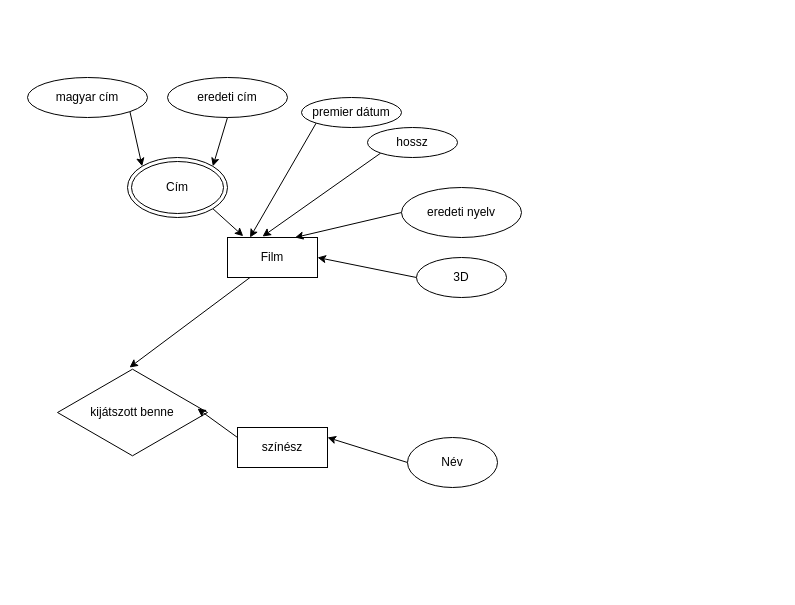
Voliver15/sql2022 keeps this draw.io diagram as házi.drawio. Above is the earlier version. Source tidied: cells renumbered, new cells numbered last; positions are measured from the earlier drawing's top-left corner, leaving out a move shared by most shapes. Both pictures are drawn from the tidied source at 100%, with x=0, y=0 at pixel (27, 77).
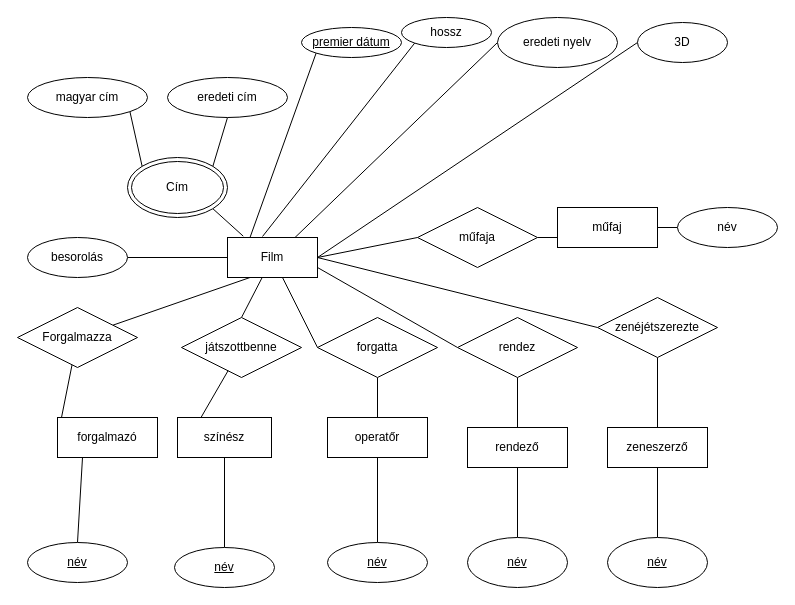
The same page after the edit.

The change refers to these unchanged cells:
```xml
<mxCell id="3" value="Film" style="rounded=0;whiteSpace=wrap;html=1;" parent="1" vertex="1">
  <mxGeometry x="200" y="160" width="90" height="40" as="geometry" />
</mxCell>
<mxCell id="5" value="Cím" style="ellipse;shape=doubleEllipse;whiteSpace=wrap;html=1;" parent="1" vertex="1">
  <mxGeometry x="100" y="80" width="100" height="60" as="geometry" />
</mxCell>
<mxCell id="7" value="magyar cím" style="ellipse;whiteSpace=wrap;html=1;" parent="1" vertex="1">
  <mxGeometry width="120" height="40" as="geometry" />
</mxCell>
<mxCell id="9" value="eredeti cím" style="ellipse;whiteSpace=wrap;html=1;" parent="1" vertex="1">
  <mxGeometry x="140" width="120" height="40" as="geometry" />
</mxCell>
```

Change to the diagram source:
```diff
@@
-    <mxCell id="2" style="edgeStyle=none;rounded=0;jettySize=auto;html=1;exitX=0.25;exitY=1;exitDx=0;exitDy=0;entryX=0.48;entryY=0;entryDx=0;entryDy=0;entryPerimeter=0;" parent="1" edge="1" source="3" target="18">
-      <mxGeometry relative="1" as="geometry" />
-    </mxCell>
+    <mxCell id="23" style="edgeStyle=none;rounded=0;jettySize=auto;html=1;exitX=0.25;exitY=1;exitDx=0;exitDy=0;endArrow=none;endFill=0;" parent="1" edge="1" source="3" target="30">
+      <mxGeometry relative="1" as="geometry" />
+    </mxCell>
@@
-    <mxCell id="4" style="rounded=0;jettySize=auto;html=1;exitX=1;exitY=1;exitDx=0;exitDy=0;entryX=0.175;entryY=-0.033;entryDx=0;entryDy=0;entryPerimeter=0;" parent="1" edge="1" source="5" target="3">
+    <mxCell id="4" style="rounded=0;jettySize=auto;html=1;exitX=1;exitY=1;exitDx=0;exitDy=0;entryX=0.175;entryY=-0.033;entryDx=0;entryDy=0;entryPerimeter=0;endArrow=none;endFill=0;" parent="1" edge="1" source="5" target="3">
       <mxGeometry relative="1" as="geometry" />
     </mxCell>
@@
-    <mxCell id="6" style="rounded=0;jettySize=auto;html=1;exitX=1;exitY=1;exitDx=0;exitDy=0;entryX=0;entryY=0;entryDx=0;entryDy=0;" parent="1" edge="1" source="7" target="5">
+    <mxCell id="6" style="rounded=0;jettySize=auto;html=1;exitX=1;exitY=1;exitDx=0;exitDy=0;entryX=0;entryY=0;entryDx=0;entryDy=0;endArrow=none;endFill=0;" parent="1" edge="1" source="7" target="5">
       <mxGeometry relative="1" as="geometry" />
     </mxCell>
@@
-    <mxCell id="8" style="rounded=0;jettySize=auto;html=1;exitX=0.5;exitY=1;exitDx=0;exitDy=0;entryX=1;entryY=0;entryDx=0;entryDy=0;" parent="1" edge="1" source="9" target="5">
+    <mxCell id="8" style="jettySize=auto;html=1;exitX=0.5;exitY=1;exitDx=0;exitDy=0;entryX=1;entryY=0;entryDx=0;entryDy=0;rounded=0;endArrow=none;endFill=0;" parent="1" edge="1" source="9" target="5">
       <mxGeometry relative="1" as="geometry" />
     </mxCell>
@@
-    <mxCell id="10" style="edgeStyle=none;rounded=0;jettySize=auto;html=1;exitX=0;exitY=1;exitDx=0;exitDy=0;entryX=0.25;entryY=0;entryDx=0;entryDy=0;" parent="1" edge="1" source="11" target="3">
+    <mxCell id="10" style="edgeStyle=none;rounded=0;jettySize=auto;html=1;exitX=0;exitY=1;exitDx=0;exitDy=0;entryX=0.25;entryY=0;entryDx=0;entryDy=0;endArrow=none;endFill=0;" parent="1" edge="1" source="11" target="3">
       <mxGeometry relative="1" as="geometry" />
     </mxCell>
-    <mxCell id="11" value="premier dátum" style="ellipse;whiteSpace=wrap;html=1;" parent="1" vertex="1">
-      <mxGeometry x="274" y="20" width="100" height="30" as="geometry" />
+    <mxCell id="11" value="&lt;u&gt;premier dátum&lt;/u&gt;" style="ellipse;whiteSpace=wrap;html=1;" parent="1" vertex="1">
+      <mxGeometry x="274" y="-50" width="100" height="30" as="geometry" />
     </mxCell>
-    <mxCell id="12" style="edgeStyle=none;rounded=0;jettySize=auto;html=1;exitX=0;exitY=1;exitDx=0;exitDy=0;entryX=0.389;entryY=-0.025;entryDx=0;entryDy=0;entryPerimeter=0;" parent="1" edge="1" source="13" target="3">
+    <mxCell id="12" style="edgeStyle=none;rounded=0;jettySize=auto;html=1;exitX=0;exitY=1;exitDx=0;exitDy=0;entryX=0.389;entryY=-0.025;entryDx=0;entryDy=0;entryPerimeter=0;endArrow=none;endFill=0;" parent="1" edge="1" source="13" target="3">
       <mxGeometry relative="1" as="geometry" />
     </mxCell>
     <mxCell id="13" value="hossz" style="ellipse;whiteSpace=wrap;html=1;" parent="1" vertex="1">
-      <mxGeometry x="340" y="50" width="90" height="30" as="geometry" />
+      <mxGeometry x="374" y="-60" width="90" height="30" as="geometry" />
     </mxCell>
-    <mxCell id="14" style="edgeStyle=none;rounded=0;jettySize=auto;html=1;exitX=0;exitY=0.5;exitDx=0;exitDy=0;entryX=0.75;entryY=0;entryDx=0;entryDy=0;" parent="1" edge="1" source="15" target="3">
+    <mxCell id="14" style="edgeStyle=none;rounded=0;jettySize=auto;html=1;exitX=0;exitY=0.5;exitDx=0;exitDy=0;entryX=0.75;entryY=0;entryDx=0;entryDy=0;endArrow=none;endFill=0;" parent="1" edge="1" source="15" target="3">
       <mxGeometry relative="1" as="geometry" />
     </mxCell>
     <mxCell id="15" value="eredeti nyelv" style="ellipse;whiteSpace=wrap;html=1;" parent="1" vertex="1">
-      <mxGeometry x="374" y="110" width="120" height="50" as="geometry" />
+      <mxGeometry x="470" y="-60" width="120" height="50" as="geometry" />
     </mxCell>
-    <mxCell id="16" style="edgeStyle=none;rounded=0;jettySize=auto;html=1;exitX=0;exitY=0.5;exitDx=0;exitDy=0;entryX=1;entryY=0.5;entryDx=0;entryDy=0;" parent="1" edge="1" source="17" target="3">
+    <mxCell id="16" style="edgeStyle=none;rounded=0;jettySize=auto;html=1;exitX=0;exitY=0.5;exitDx=0;exitDy=0;entryX=1;entryY=0.5;entryDx=0;entryDy=0;endArrow=none;endFill=0;" parent="1" edge="1" source="17" target="3">
       <mxGeometry relative="1" as="geometry" />
     </mxCell>
     <mxCell id="17" value="3D" style="ellipse;whiteSpace=wrap;html=1;" parent="1" vertex="1">
-      <mxGeometry x="389" y="180" width="90" height="40" as="geometry" />
+      <mxGeometry x="610" y="-55" width="90" height="40" as="geometry" />
     </mxCell>
-    <mxCell id="18" value="kijátszott benne" style="html=1;whiteSpace=wrap;shape=isoRectangle;" parent="1" vertex="1">
-      <mxGeometry x="30" y="290" width="150" height="90" as="geometry" />
-    </mxCell>
-    <mxCell id="19" style="edgeStyle=none;rounded=0;jettySize=auto;html=1;exitX=0;exitY=0.25;exitDx=0;exitDy=0;entryX=0.933;entryY=0.456;entryDx=0;entryDy=0;entryPerimeter=0;" parent="1" edge="1" source="20" target="18">
-      <mxGeometry relative="1" as="geometry" />
-    </mxCell>
+    <mxCell id="24" style="edgeStyle=none;rounded=0;jettySize=auto;html=1;exitX=1;exitY=0.5;exitDx=0;exitDy=0;entryX=0;entryY=0.5;entryDx=0;entryDy=0;endArrow=none;endFill=0;" parent="1" edge="1" source="25" target="3">
+      <mxGeometry relative="1" as="geometry" />
+    </mxCell>
+    <mxCell id="25" value="besorolás" style="ellipse;whiteSpace=wrap;html=1;align=center;" parent="1" vertex="1">
+      <mxGeometry y="160" width="100" height="40" as="geometry" />
+    </mxCell>
+    <mxCell id="26" style="edgeStyle=none;rounded=0;jettySize=auto;html=1;exitX=0;exitY=0.5;exitDx=0;exitDy=0;endArrow=none;endFill=0;" parent="1" edge="1" source="27" target="30">
+      <mxGeometry relative="1" as="geometry" />
+    </mxCell>
+    <mxCell id="27" value="forgalmazó" style="whiteSpace=wrap;html=1;align=center;" parent="1" vertex="1">
+      <mxGeometry x="30" y="340" width="100" height="40" as="geometry" />
+    </mxCell>
+    <mxCell id="28" style="edgeStyle=none;rounded=0;jettySize=auto;html=1;exitX=0.5;exitY=0;exitDx=0;exitDy=0;entryX=0.25;entryY=1;entryDx=0;entryDy=0;endArrow=none;endFill=0;" parent="1" edge="1" source="29" target="27">
+      <mxGeometry relative="1" as="geometry" />
+    </mxCell>
+    <mxCell id="29" value="&lt;u&gt;név&lt;/u&gt;" style="ellipse;whiteSpace=wrap;html=1;align=center;" parent="1" vertex="1">
+      <mxGeometry y="465" width="100" height="40" as="geometry" />
+    </mxCell>
+    <mxCell id="30" value="Forgalmazza" style="shape=rhombus;perimeter=rhombusPerimeter;whiteSpace=wrap;html=1;align=center;" parent="1" vertex="1">
+      <mxGeometry x="-10" y="230" width="120" height="60" as="geometry" />
+    </mxCell>
+    <mxCell id="31" style="edgeStyle=none;rounded=0;jettySize=auto;html=1;exitX=0.5;exitY=0;exitDx=0;exitDy=0;endArrow=none;endFill=0;" parent="1" edge="1" source="32" target="3">
+      <mxGeometry relative="1" as="geometry" />
+    </mxCell>
+    <mxCell id="32" value="játszottbenne" style="shape=rhombus;perimeter=rhombusPerimeter;whiteSpace=wrap;html=1;align=center;" parent="1" vertex="1">
+      <mxGeometry x="154" y="240" width="120" height="60" as="geometry" />
+    </mxCell>
+    <mxCell id="33" style="edgeStyle=none;rounded=0;jettySize=auto;html=1;exitX=0.25;exitY=0;exitDx=0;exitDy=0;endArrow=none;endFill=0;" parent="1" edge="1" source="20" target="32">
+      <mxGeometry relative="1" as="geometry" />
+    </mxCell>
     <mxCell id="20" value="színész" style="rounded=0;whiteSpace=wrap;html=1;" parent="1" vertex="1">
-      <mxGeometry x="210" y="350" width="90" height="40" as="geometry" />
+      <mxGeometry x="150" y="340" width="94" height="40" as="geometry" />
     </mxCell>
-    <mxCell id="21" style="edgeStyle=none;rounded=0;jettySize=auto;html=1;exitX=0;exitY=0.5;exitDx=0;exitDy=0;entryX=1;entryY=0.25;entryDx=0;entryDy=0;" parent="1" edge="1" source="22" target="20">
-      <mxGeometry relative="1" as="geometry" />
-    </mxCell>
-    <mxCell id="22" value="Név" style="ellipse;whiteSpace=wrap;html=1;" parent="1" vertex="1">
-      <mxGeometry x="380" y="360" width="90" height="50" as="geometry" />
-    </mxCell>
+    <mxCell id="34" style="edgeStyle=none;rounded=0;jettySize=auto;html=1;exitX=0.5;exitY=0;exitDx=0;exitDy=0;endArrow=none;endFill=0;" parent="1" edge="1" source="35" target="20">
+      <mxGeometry relative="1" as="geometry" />
+    </mxCell>
+    <mxCell id="35" value="&lt;u&gt;név&lt;/u&gt;" style="ellipse;whiteSpace=wrap;html=1;align=center;" parent="1" vertex="1">
+      <mxGeometry x="147" y="470" width="100" height="40" as="geometry" />
+    </mxCell>
+    <mxCell id="36" style="edgeStyle=none;rounded=0;jettySize=auto;html=1;exitX=0;exitY=0.5;exitDx=0;exitDy=0;endArrow=none;endFill=0;" parent="1" edge="1" source="38" target="3">
+      <mxGeometry relative="1" as="geometry" />
+    </mxCell>
+    <mxCell id="37" style="edgeStyle=none;rounded=0;jettySize=auto;html=1;exitX=0.5;exitY=1;exitDx=0;exitDy=0;entryX=0.5;entryY=0;entryDx=0;entryDy=0;endArrow=none;endFill=0;" parent="1" edge="1" source="38" target="39">
+      <mxGeometry relative="1" as="geometry" />
+    </mxCell>
+    <mxCell id="38" value="forgatta" style="shape=rhombus;perimeter=rhombusPerimeter;whiteSpace=wrap;html=1;align=center;" parent="1" vertex="1">
+      <mxGeometry x="290" y="240" width="120" height="60" as="geometry" />
+    </mxCell>
+    <mxCell id="39" value="operatőr" style="whiteSpace=wrap;html=1;align=center;" parent="1" vertex="1">
+      <mxGeometry x="300" y="340" width="100" height="40" as="geometry" />
+    </mxCell>
+    <mxCell id="40" style="edgeStyle=none;rounded=0;jettySize=auto;html=1;exitX=0.5;exitY=0;exitDx=0;exitDy=0;endArrow=none;endFill=0;" parent="1" edge="1" source="41" target="39">
+      <mxGeometry relative="1" as="geometry" />
+    </mxCell>
+    <mxCell id="41" value="&lt;u&gt;név&lt;/u&gt;" style="ellipse;whiteSpace=wrap;html=1;align=center;" parent="1" vertex="1">
+      <mxGeometry x="300" y="465" width="100" height="40" as="geometry" />
+    </mxCell>
+    <mxCell id="42" style="edgeStyle=none;rounded=0;jettySize=auto;html=1;exitX=0.5;exitY=1;exitDx=0;exitDy=0;entryX=0.5;entryY=0;entryDx=0;entryDy=0;endArrow=none;endFill=0;" parent="1" edge="1" source="43" target="44">
+      <mxGeometry relative="1" as="geometry" />
+    </mxCell>
+    <mxCell id="43" value="rendező" style="whiteSpace=wrap;html=1;align=center;" parent="1" vertex="1">
+      <mxGeometry x="440" y="350" width="100" height="40" as="geometry" />
+    </mxCell>
+    <mxCell id="44" value="&lt;u&gt;név&lt;/u&gt;" style="ellipse;whiteSpace=wrap;html=1;align=center;" parent="1" vertex="1">
+      <mxGeometry x="440" y="460" width="100" height="50" as="geometry" />
+    </mxCell>
+    <mxCell id="45" style="edgeStyle=none;rounded=0;jettySize=auto;html=1;exitX=0.5;exitY=1;exitDx=0;exitDy=0;entryX=0.5;entryY=0;entryDx=0;entryDy=0;endArrow=none;endFill=0;" parent="1" edge="1" source="47" target="43">
+      <mxGeometry relative="1" as="geometry" />
+    </mxCell>
+    <mxCell id="46" style="edgeStyle=none;rounded=0;jettySize=auto;html=1;exitX=0;exitY=0.5;exitDx=0;exitDy=0;entryX=1;entryY=0.75;entryDx=0;entryDy=0;endArrow=none;endFill=0;" parent="1" edge="1" source="47" target="3">
+      <mxGeometry relative="1" as="geometry" />
+    </mxCell>
+    <mxCell id="47" value="rendez" style="shape=rhombus;perimeter=rhombusPerimeter;whiteSpace=wrap;html=1;align=center;" parent="1" vertex="1">
+      <mxGeometry x="430" y="240" width="120" height="60" as="geometry" />
+    </mxCell>
+    <mxCell id="48" style="edgeStyle=none;rounded=0;jettySize=auto;html=1;exitX=0.5;exitY=1;exitDx=0;exitDy=0;entryX=0.5;entryY=0;entryDx=0;entryDy=0;endArrow=none;endFill=0;" parent="1" edge="1" source="49" target="50">
+      <mxGeometry relative="1" as="geometry" />
+    </mxCell>
+    <mxCell id="49" value="zeneszerző" style="whiteSpace=wrap;html=1;align=center;" parent="1" vertex="1">
+      <mxGeometry x="580" y="350" width="100" height="40" as="geometry" />
+    </mxCell>
+    <mxCell id="50" value="&lt;u&gt;név&lt;/u&gt;" style="ellipse;whiteSpace=wrap;html=1;align=center;" parent="1" vertex="1">
+      <mxGeometry x="580" y="460" width="100" height="50" as="geometry" />
+    </mxCell>
+    <mxCell id="51" style="edgeStyle=none;rounded=0;jettySize=auto;html=1;exitX=0.5;exitY=1;exitDx=0;exitDy=0;entryX=0.5;entryY=0;entryDx=0;entryDy=0;endArrow=none;endFill=0;" parent="1" edge="1" source="53" target="49">
+      <mxGeometry relative="1" as="geometry" />
+    </mxCell>
+    <mxCell id="52" style="edgeStyle=none;rounded=0;jettySize=auto;html=1;exitX=0;exitY=0.5;exitDx=0;exitDy=0;entryX=1;entryY=0.5;entryDx=0;entryDy=0;endArrow=none;endFill=0;" parent="1" edge="1" source="53" target="3">
+      <mxGeometry relative="1" as="geometry" />
+    </mxCell>
+    <mxCell id="53" value="zenéjétszerezte" style="shape=rhombus;perimeter=rhombusPerimeter;whiteSpace=wrap;html=1;align=center;" parent="1" vertex="1">
+      <mxGeometry x="570" y="220" width="120" height="60" as="geometry" />
+    </mxCell>
+    <mxCell id="54" value="műfaj" style="whiteSpace=wrap;html=1;align=center;" parent="1" vertex="1">
+      <mxGeometry x="530" y="130" width="100" height="40" as="geometry" />
+    </mxCell>
+    <mxCell id="55" style="edgeStyle=none;rounded=0;jettySize=auto;html=1;exitX=0;exitY=0.5;exitDx=0;exitDy=0;entryX=1;entryY=0.5;entryDx=0;entryDy=0;endArrow=none;endFill=0;" parent="1" edge="1" source="56" target="54">
+      <mxGeometry relative="1" as="geometry" />
+    </mxCell>
+    <mxCell id="56" value="név" style="ellipse;whiteSpace=wrap;html=1;align=center;" parent="1" vertex="1">
+      <mxGeometry x="650" y="130" width="100" height="40" as="geometry" />
+    </mxCell>
+    <mxCell id="57" style="edgeStyle=none;rounded=0;jettySize=auto;html=1;exitX=1;exitY=0.5;exitDx=0;exitDy=0;entryX=0;entryY=0.75;entryDx=0;entryDy=0;endArrow=none;endFill=0;" parent="1" edge="1" source="59" target="54">
+      <mxGeometry relative="1" as="geometry" />
+    </mxCell>
+    <mxCell id="58" style="edgeStyle=none;rounded=0;jettySize=auto;html=1;exitX=0;exitY=0.5;exitDx=0;exitDy=0;entryX=1;entryY=0.5;entryDx=0;entryDy=0;endArrow=none;endFill=0;" parent="1" edge="1" source="59" target="3">
+      <mxGeometry relative="1" as="geometry" />
+    </mxCell>
+    <mxCell id="59" value="műfaja" style="shape=rhombus;perimeter=rhombusPerimeter;whiteSpace=wrap;html=1;align=center;" parent="1" vertex="1">
+      <mxGeometry x="390" y="130" width="120" height="60" as="geometry" />
+    </mxCell>
```
